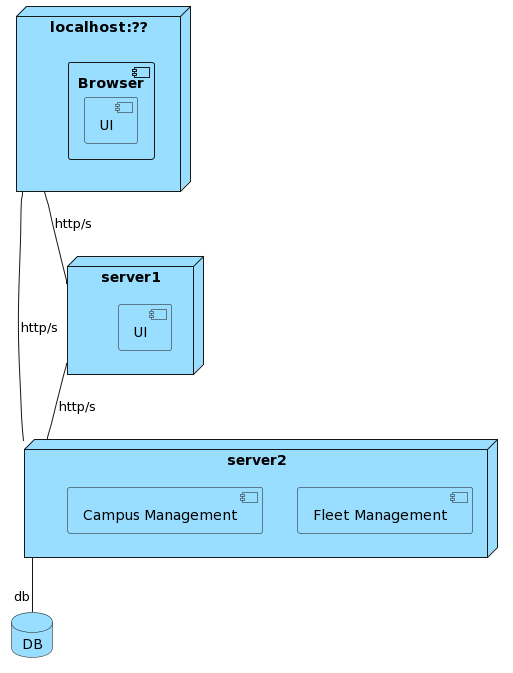
winqus/RobDroneGo keeps this PlantUML diagram as docs/diagrams/Deployment View.png. Above is the earlier version. Source of this version:
```plantuml
@startuml
<style>
node {
    BackgroundColor #99ddff
}
component {
    BackgroundColor #99ddff
}
database {
    BackgroundColor #99ddff
}
</style>

node "localhost:??" as local {
    component Browser{
        component UI as ui
    }
}

node server1{
    component UI
}

node server2{
    component "Fleet Management" as fleet
    component "Campus Management" as campus
}

database DB

local --  server1 : http/s
local -right- server2 : http/s
server1 -- server2 : http/s
server2 -- "db" DB
@enduml
```
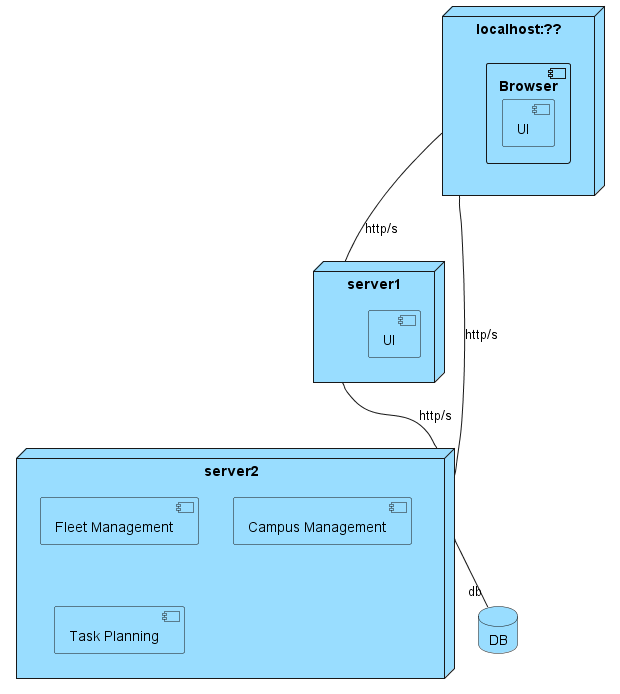
The same file after the commit.

What changed in the source:
```diff
@@ -1,4 +1,5 @@
-@startuml
+@startuml Physical View
+
 <style>
 node {
     BackgroundColor #99ddff
@@ -24,12 +25,14 @@
 node server2{
     component "Fleet Management" as fleet
     component "Campus Management" as campus
+    component "Task Planning" as planning
 }
 
 database DB
 
 local --  server1 : http/s
-local -right- server2 : http/s
+local -- server2 : http/s
 server1 -- server2 : http/s
 server2 -- "db" DB
+
 @enduml
```
